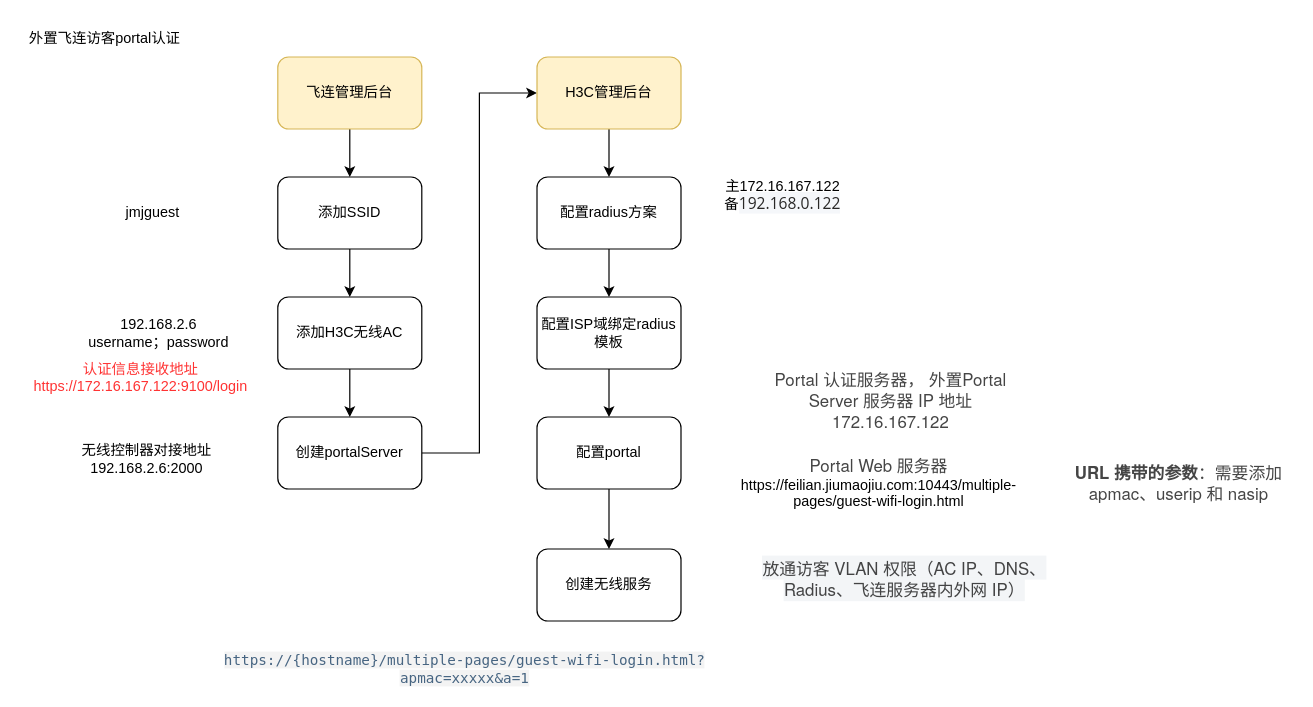
Above: 未命名绘图.drawio in fgh2894/fgh2894.github.io (draw.io), before the change. Source tidied: cells renumbered, new cells numbered last; positions are measured from the earlier drawing's top-left corner, leaving out a move shared by most shapes. Both pictures are drawn from the tidied source at 120%, with x=0, y=0 at pixel (20, 20).
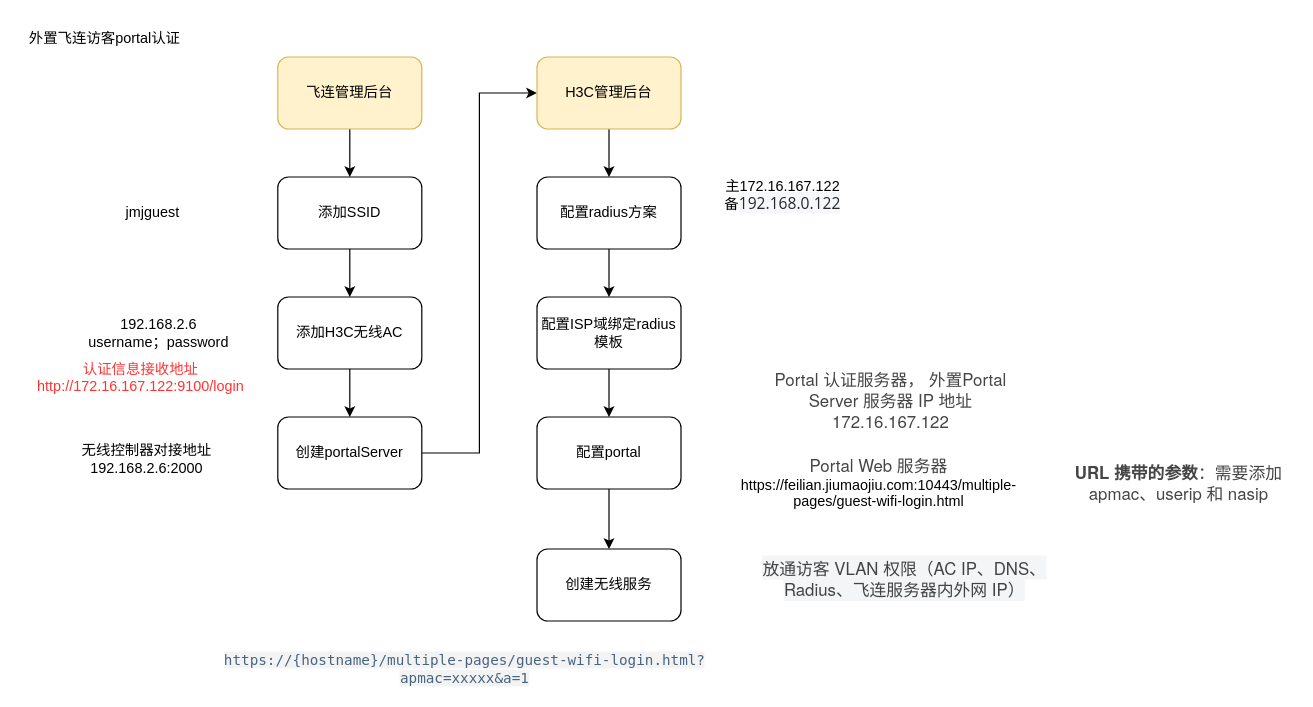
The same page after the edit.

The edit, as a diff of the source:
```diff
@@
-    <mxCell id="25" value="&lt;div&gt;&lt;font style=&quot;color: rgb(255, 51, 51);&quot;&gt;认证信息接收地址&lt;span style=&quot;background-color: transparent;&quot;&gt;https://172.16.167.122:9100/login&lt;/span&gt;&lt;/font&gt;&lt;/div&gt;&lt;div&gt;&lt;br&gt;&lt;/div&gt;" style="text;html=1;align=center;verticalAlign=middle;whiteSpace=wrap;rounded=0;" parent="1" vertex="1">
+    <mxCell id="25" value="&lt;div&gt;&lt;font style=&quot;color: rgb(255, 51, 51);&quot;&gt;认证信息接收地址&lt;span style=&quot;background-color: transparent;&quot;&gt;http://172.16.167.122:9100/login&lt;/span&gt;&lt;/font&gt;&lt;/div&gt;&lt;div&gt;&lt;br&gt;&lt;/div&gt;" style="text;html=1;align=center;verticalAlign=middle;whiteSpace=wrap;rounded=0;" parent="1" vertex="1">
       <mxGeometry x="70" y="290" width="60" height="30" as="geometry" />
     </mxCell>
```
